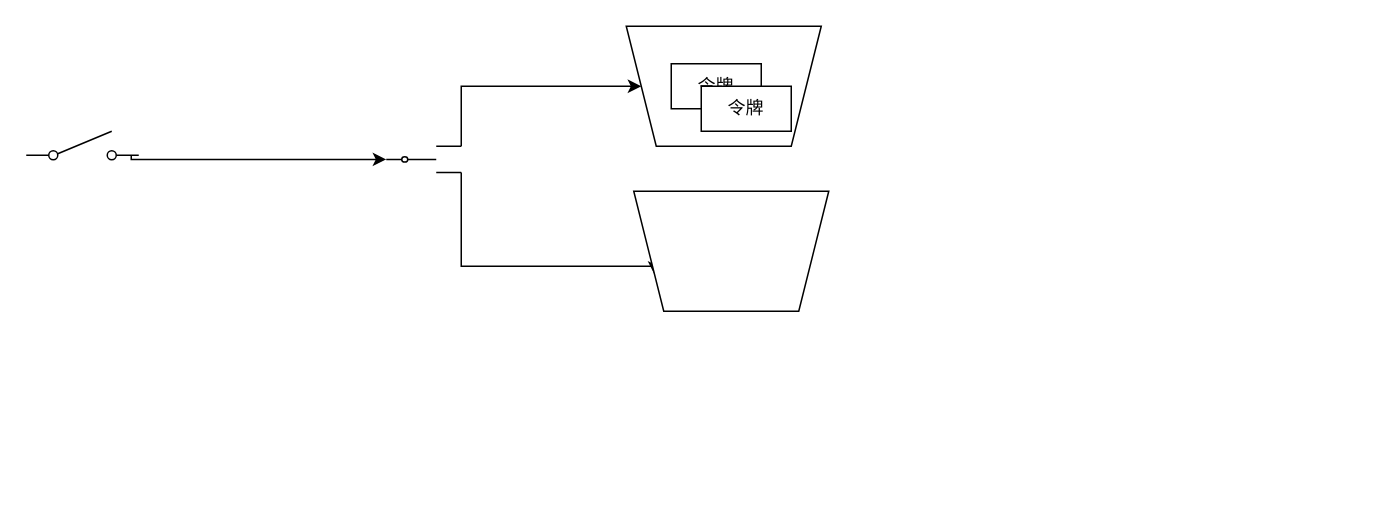
anxufeng007/hello-world keeps this draw.io diagram as 令牌桶.drawio. Above is the earlier version. Source tidied: cells renumbered, new cells numbered last; positions are measured from the earlier drawing's top-left corner, leaving out a move shared by most shapes. Both pictures are drawn from the tidied source at 150%, with x=0, y=0 at pixel (26, 26).
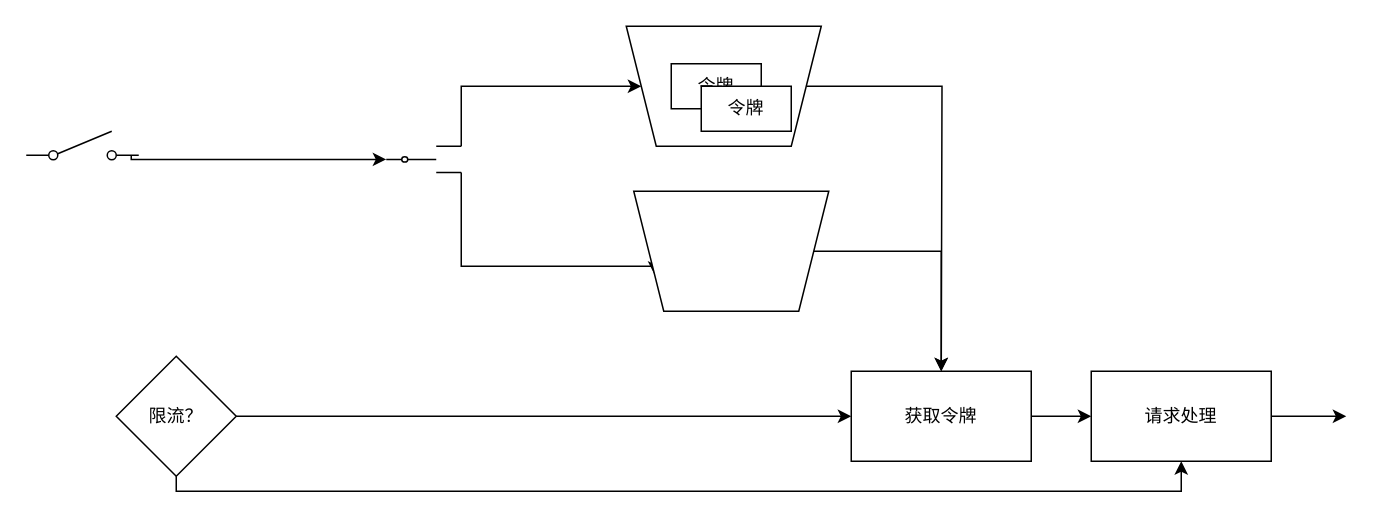
After the change.

The change refers to these unchanged cells:
```xml
<mxCell id="5" style="shape=trapezoid;perimeter=trapezoidPerimeter;whiteSpace=wrap;html=1;fixedSize=1;rotation=-180;" parent="1" vertex="1">
  <mxGeometry x="400" width="130" height="80" as="geometry" />
</mxCell>
<mxCell id="8" style="shape=trapezoid;perimeter=trapezoidPerimeter;whiteSpace=wrap;html=1;fixedSize=1;rotation=-180;" parent="1" vertex="1">
  <mxGeometry x="405" y="110" width="130" height="80" as="geometry" />
</mxCell>
```

Change to the diagram source:
```diff
@@
+    <mxCell id="11" style="edgeStyle=orthogonalEdgeStyle;rounded=0;jettySize=auto;html=1;exitX=0;exitY=0.5;exitDx=0;exitDy=0;" parent="1" edge="1" source="5">
+      <mxGeometry relative="1" as="geometry">
+        <mxPoint x="610" y="230" as="targetPoint" />
+      </mxGeometry>
+    </mxCell>
@@
+    <mxCell id="12" style="edgeStyle=orthogonalEdgeStyle;rounded=0;jettySize=auto;html=1;exitX=0;exitY=0.5;exitDx=0;exitDy=0;" parent="1" edge="1" source="8" target="17">
+      <mxGeometry relative="1" as="geometry" />
+    </mxCell>
@@
+    <mxCell id="13" style="edgeStyle=orthogonalEdgeStyle;rounded=0;jettySize=auto;html=1;" parent="1" edge="1" source="15">
+      <mxGeometry relative="1" as="geometry">
+        <mxPoint x="550" y="260" as="targetPoint" />
+      </mxGeometry>
+    </mxCell>
+    <mxCell id="14" style="edgeStyle=orthogonalEdgeStyle;rounded=0;jettySize=auto;html=1;entryX=0.5;entryY=1;entryDx=0;entryDy=0;" parent="1" edge="1" source="15" target="19">
+      <mxGeometry relative="1" as="geometry">
+        <Array as="points">
+          <mxPoint x="100" y="310" />
+          <mxPoint x="770" y="310" />
+        </Array>
+      </mxGeometry>
+    </mxCell>
+    <mxCell id="15" value="限流？" style="rhombus;whiteSpace=wrap;html=1;" parent="1" vertex="1">
+      <mxGeometry x="60" y="220" width="80" height="80" as="geometry" />
+    </mxCell>
+    <mxCell id="16" style="edgeStyle=orthogonalEdgeStyle;rounded=0;jettySize=auto;html=1;exitX=1;exitY=0.5;exitDx=0;exitDy=0;" parent="1" edge="1" source="17">
+      <mxGeometry relative="1" as="geometry">
+        <mxPoint x="710" y="260" as="targetPoint" />
+      </mxGeometry>
+    </mxCell>
+    <mxCell id="17" value="获取令牌" style="rounded=0;whiteSpace=wrap;html=1;" parent="1" vertex="1">
+      <mxGeometry x="550" y="230" width="120" height="60" as="geometry" />
+    </mxCell>
+    <mxCell id="18" style="edgeStyle=orthogonalEdgeStyle;rounded=0;jettySize=auto;html=1;" parent="1" edge="1" source="19">
+      <mxGeometry relative="1" as="geometry">
+        <mxPoint x="880" y="260" as="targetPoint" />
+      </mxGeometry>
+    </mxCell>
+    <mxCell id="19" value="请求处理" style="rounded=0;whiteSpace=wrap;html=1;" parent="1" vertex="1">
+      <mxGeometry x="710" y="230" width="120" height="60" as="geometry" />
+    </mxCell>
```
